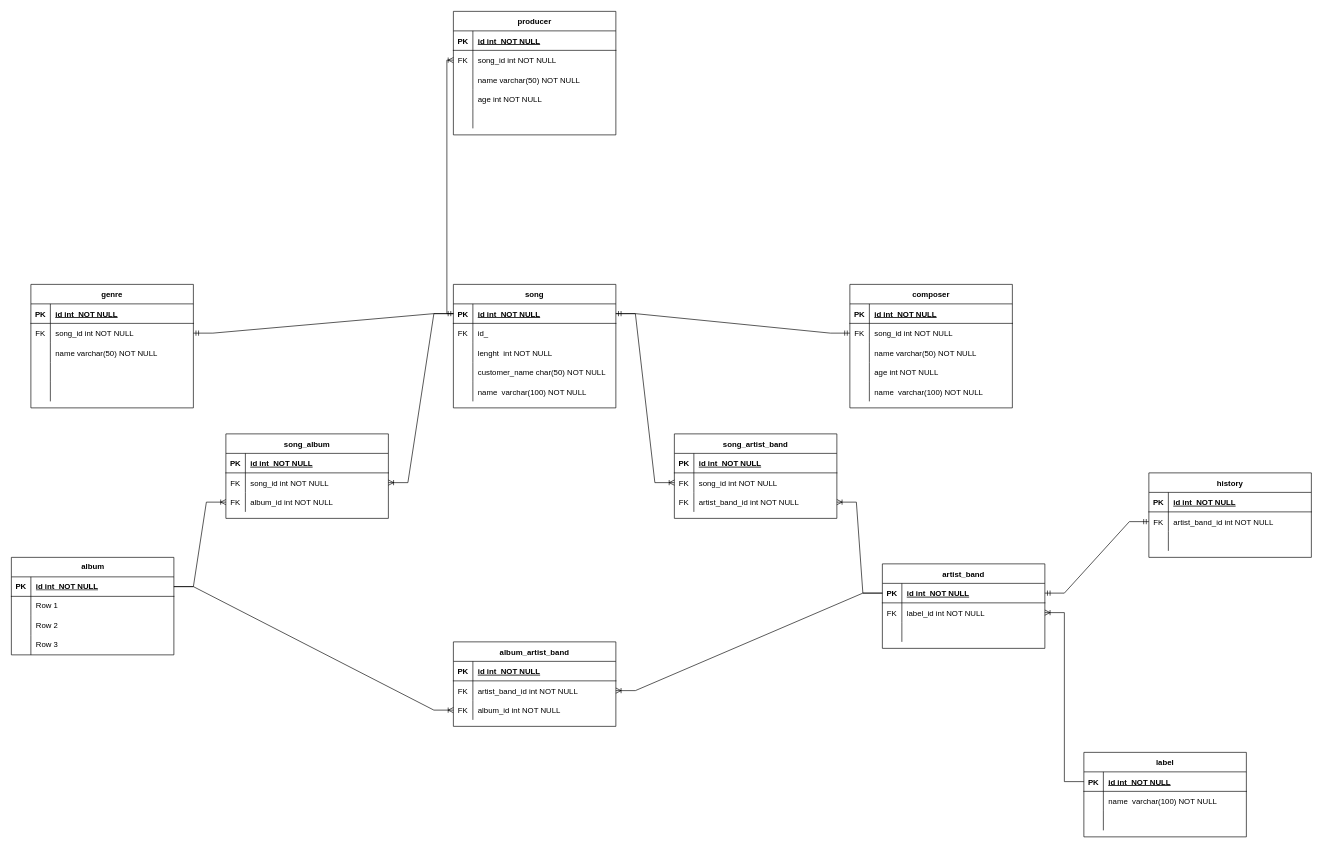
The draw.io diagram model_conceptual.drawio in vitorjurj/examen_sem1_db, before the edit. Source tidied: cells renumbered, new cells numbered last; positions are measured from the earlier drawing's top-left corner, leaving out a move shared by most shapes. Both pictures are drawn from the tidied source at 65%, with x=0, y=0 at pixel (11, 11).
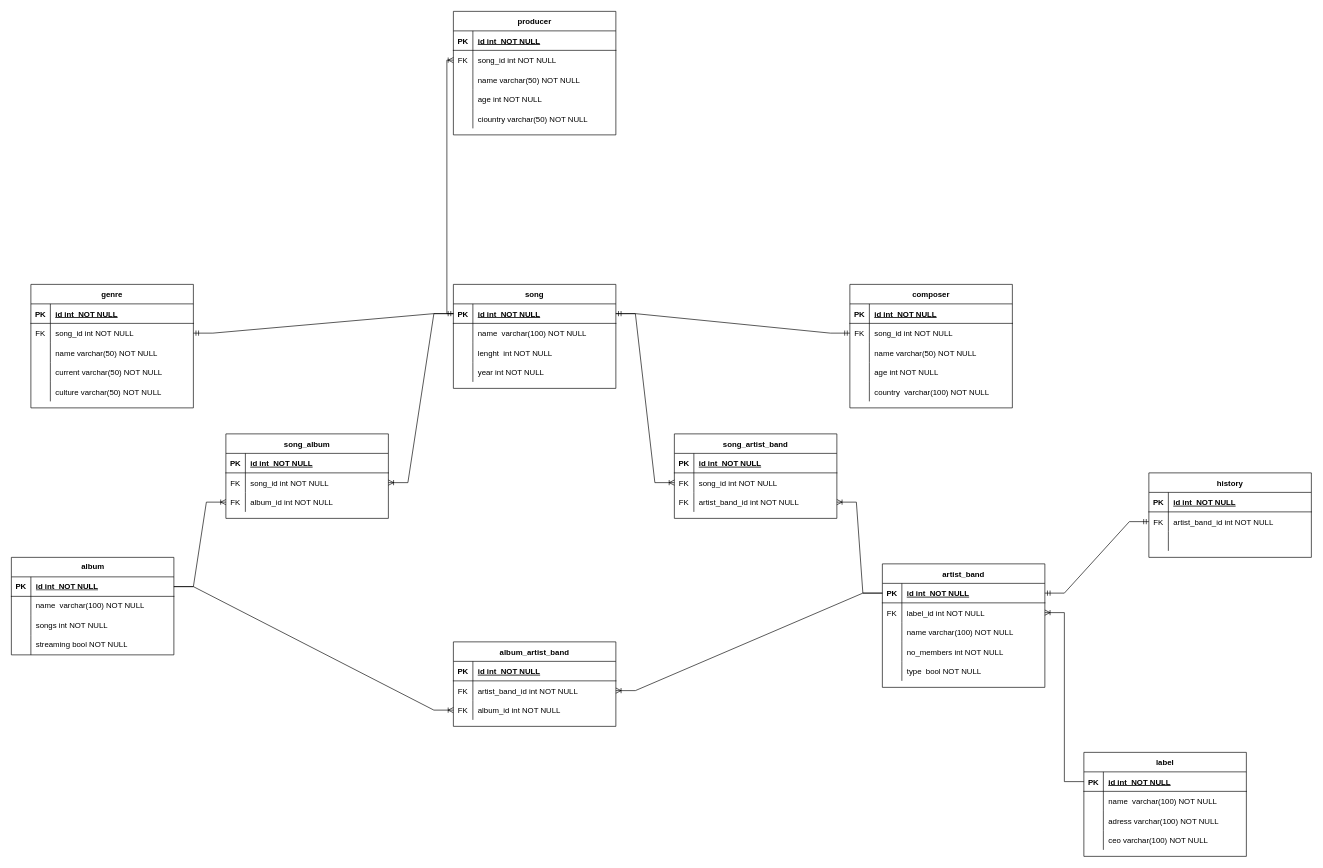
Above is the later version.

The change refers to these unchanged cells:
```xml
<mxCell id="19" style="shape=partialRectangle;fillColor=none;top=0;left=0;right=0;bottom=0;" parent="12" vertex="1">
  <mxGeometry y="90" width="250" height="30" as="geometry" />
</mxCell>
<mxCell id="32" style="shape=partialRectangle;fillColor=none;top=0;left=0;right=0;bottom=0;" parent="22" vertex="1">
  <mxGeometry y="120" width="250" height="30" as="geometry" />
</mxCell>
<mxCell id="44" style="shape=tableRow;horizontal=0;startSize=0;swimlaneHead=0;swimlaneBody=0;fillColor=none;top=0;left=0;right=0;bottom=0;" parent="40" vertex="1">
  <mxGeometry y="60" width="250" height="30" as="geometry" />
</mxCell>
<mxCell id="47" style="shape=tableRow;horizontal=0;startSize=0;swimlaneHead=0;swimlaneBody=0;fillColor=none;top=0;left=0;right=0;bottom=0;" parent="40" vertex="1">
  <mxGeometry y="90" width="250" height="30" as="geometry" />
</mxCell>
<mxCell id="50" style="shape=tableRow;horizontal=0;startSize=0;swimlaneHead=0;swimlaneBody=0;fillColor=none;top=0;left=0;right=0;bottom=0;" parent="40" vertex="1">
  <mxGeometry y="120" width="250" height="30" as="geometry" />
</mxCell>
<mxCell id="90" style="shape=partialRectangle;fillColor=none;top=0;left=0;right=0;bottom=0;" parent="77" vertex="1">
  <mxGeometry y="150" width="250" height="30" as="geometry" />
</mxCell>
<mxCell id="107" style="shape=partialRectangle;fillColor=none;top=0;left=0;right=0;bottom=0;" parent="94" vertex="1">
  <mxGeometry y="150" width="250" height="30" as="geometry" />
</mxCell>
<mxCell id="121" style="shape=partialRectangle;fillColor=none;top=0;left=0;right=0;bottom=0;" parent="111" vertex="1">
  <mxGeometry y="120" width="250" height="30" as="geometry" />
</mxCell>
<mxCell id="124" style="shape=partialRectangle;fillColor=none;top=0;left=0;right=0;bottom=0;" parent="111" vertex="1">
  <mxGeometry y="150" width="250" height="30" as="geometry" />
</mxCell>
```

The edit, as a diff of the source:
```diff
@@
     <mxCell id="12" value="artist_band" style="shape=table;startSize=30;childLayout=tableLayout;rowLines=0;fontStyle=1;align=center;" parent="1" vertex="1">
-      <mxGeometry x="1340" y="850" width="250" height="130" as="geometry" />
+      <mxGeometry x="1340" y="850" width="250" height="190" as="geometry" />
     </mxCell>
@@
-    <mxCell id="21" style="shape=partialRectangle;overflow=hidden;fillColor=none;top=0;left=0;bottom=0;right=0;align=left;spacingLeft=6;" parent="19" vertex="1">
+    <mxCell id="21" value="name varchar(100) NOT NULL" style="shape=partialRectangle;overflow=hidden;fillColor=none;top=0;left=0;bottom=0;right=0;align=left;spacingLeft=6;" parent="19" vertex="1">
       <mxGeometry x="30" width="220" height="30" as="geometry" />
     </mxCell>
+    <mxCell id="150" style="shape=partialRectangle;fillColor=none;top=0;left=0;right=0;bottom=0;" parent="12" vertex="1">
+      <mxGeometry y="120" width="250" height="30" as="geometry" />
+    </mxCell>
+    <mxCell id="151" style="shape=partialRectangle;overflow=hidden;fillColor=none;top=0;left=0;bottom=0;right=0;" parent="150" vertex="1">
+      <mxGeometry width="30" height="30" as="geometry" />
+    </mxCell>
+    <mxCell id="152" value="no_members int NOT NULL" style="shape=partialRectangle;overflow=hidden;fillColor=none;top=0;left=0;bottom=0;right=0;align=left;spacingLeft=6;" parent="150" vertex="1">
+      <mxGeometry x="30" width="220" height="30" as="geometry" />
+    </mxCell>
+    <mxCell id="153" style="shape=partialRectangle;fillColor=none;top=0;left=0;right=0;bottom=0;" parent="12" vertex="1">
+      <mxGeometry y="150" width="250" height="30" as="geometry" />
+    </mxCell>
+    <mxCell id="154" style="shape=partialRectangle;overflow=hidden;fillColor=none;top=0;left=0;bottom=0;right=0;" parent="153" vertex="1">
+      <mxGeometry width="30" height="30" as="geometry" />
+    </mxCell>
+    <mxCell id="155" value="type  bool NOT NULL" style="shape=partialRectangle;overflow=hidden;fillColor=none;top=0;left=0;bottom=0;right=0;align=left;spacingLeft=6;" parent="153" vertex="1">
+      <mxGeometry x="30" width="220" height="30" as="geometry" />
+    </mxCell>
     <mxCell id="22" value="song" style="shape=table;startSize=30;childLayout=tableLayout;rowLines=0;fontStyle=1;align=center;" parent="1" vertex="1">
-      <mxGeometry x="680" y="420" width="250" height="190" as="geometry" />
+      <mxGeometry x="680" y="420" width="250" height="160" as="geometry" />
     </mxCell>
@@
-    <mxCell id="26" style="shape=partialRectangle;fillColor=none;top=0;left=0;right=0;bottom=0;" parent="22" vertex="1">
-      <mxGeometry y="60" width="250" height="30" as="geometry" />
-    </mxCell>
-    <mxCell id="27" value="FK" style="shape=partialRectangle;overflow=hidden;fillColor=none;top=0;left=0;bottom=0;right=0;" parent="26" vertex="1">
-      <mxGeometry width="30" height="30" as="geometry" />
-    </mxCell>
-    <mxCell id="28" value="id_" style="shape=partialRectangle;overflow=hidden;fillColor=none;top=0;left=0;bottom=0;right=0;align=left;spacingLeft=6;" parent="26" vertex="1">
-      <mxGeometry x="30" width="220" height="30" as="geometry" />
-    </mxCell>
+    <mxCell id="35" style="shape=partialRectangle;fillColor=none;top=0;left=0;right=0;bottom=0;" parent="22" vertex="1">
+      <mxGeometry y="60" width="250" height="30" as="geometry" />
+    </mxCell>
+    <mxCell id="36" style="shape=partialRectangle;overflow=hidden;fillColor=none;top=0;left=0;bottom=0;right=0;" parent="35" vertex="1">
+      <mxGeometry width="30" height="30" as="geometry" />
+    </mxCell>
+    <mxCell id="37" value="name  varchar(100) NOT NULL" style="shape=partialRectangle;overflow=hidden;fillColor=none;top=0;left=0;bottom=0;right=0;align=left;spacingLeft=6;" parent="35" vertex="1">
+      <mxGeometry x="30" width="220" height="30" as="geometry" />
+    </mxCell>
@@
-    <mxCell id="34" value="customer_name char(50) NOT NULL" style="shape=partialRectangle;overflow=hidden;fillColor=none;top=0;left=0;bottom=0;right=0;align=left;spacingLeft=6;" parent="32" vertex="1">
+    <mxCell id="34" value="year int NOT NULL" style="shape=partialRectangle;overflow=hidden;fillColor=none;top=0;left=0;bottom=0;right=0;align=left;spacingLeft=6;" parent="32" vertex="1">
       <mxGeometry x="30" width="220" height="30" as="geometry" />
     </mxCell>
-    <mxCell id="35" style="shape=partialRectangle;fillColor=none;top=0;left=0;right=0;bottom=0;" parent="22" vertex="1">
-      <mxGeometry y="150" width="250" height="30" as="geometry" />
-    </mxCell>
-    <mxCell id="36" style="shape=partialRectangle;overflow=hidden;fillColor=none;top=0;left=0;bottom=0;right=0;" parent="35" vertex="1">
-      <mxGeometry width="30" height="30" as="geometry" />
-    </mxCell>
-    <mxCell id="37" value="name  varchar(100) NOT NULL" style="shape=partialRectangle;overflow=hidden;fillColor=none;top=0;left=0;bottom=0;right=0;align=left;spacingLeft=6;" parent="35" vertex="1">
-      <mxGeometry x="30" width="220" height="30" as="geometry" />
-    </mxCell>
@@
-    <mxCell id="46" value="Row 1" style="shape=partialRectangle;fillColor=none;top=0;left=0;bottom=0;right=0;align=left;spacingLeft=6;overflow=hidden;whiteSpace=wrap;html=1;" parent="44" vertex="1">
+    <mxCell id="46" value="name&amp;nbsp; varchar(100) NOT NULL" style="shape=partialRectangle;fillColor=none;top=0;left=0;bottom=0;right=0;align=left;spacingLeft=6;overflow=hidden;whiteSpace=wrap;html=1;" parent="44" vertex="1">
       <mxGeometry x="30" width="220" height="30" as="geometry" />
     </mxCell>
@@
-    <mxCell id="49" value="Row 2" style="shape=partialRectangle;fillColor=none;top=0;left=0;bottom=0;right=0;align=left;spacingLeft=6;overflow=hidden;whiteSpace=wrap;html=1;" parent="47" vertex="1">
+    <mxCell id="49" value="songs int NOT NULL" style="shape=partialRectangle;fillColor=none;top=0;left=0;bottom=0;right=0;align=left;spacingLeft=6;overflow=hidden;whiteSpace=wrap;html=1;" parent="47" vertex="1">
       <mxGeometry x="30" width="220" height="30" as="geometry" />
     </mxCell>
@@
-    <mxCell id="52" value="Row 3" style="shape=partialRectangle;fillColor=none;top=0;left=0;bottom=0;right=0;align=left;spacingLeft=6;overflow=hidden;whiteSpace=wrap;html=1;" parent="50" vertex="1">
+    <mxCell id="52" value="streaming bool NOT NULL" style="shape=partialRectangle;fillColor=none;top=0;left=0;bottom=0;right=0;align=left;spacingLeft=6;overflow=hidden;whiteSpace=wrap;html=1;" parent="50" vertex="1">
       <mxGeometry x="30" width="220" height="30" as="geometry" />
     </mxCell>
@@
-    <mxCell id="92" style="shape=partialRectangle;overflow=hidden;fillColor=none;top=0;left=0;bottom=0;right=0;align=left;spacingLeft=6;" parent="90" vertex="1">
+    <mxCell id="92" value="ciountry varchar(50) NOT NULL" style="shape=partialRectangle;overflow=hidden;fillColor=none;top=0;left=0;bottom=0;right=0;align=left;spacingLeft=6;" parent="90" vertex="1">
       <mxGeometry x="30" width="220" height="30" as="geometry" />
     </mxCell>
@@
-    <mxCell id="109" value="name  varchar(100) NOT NULL" style="shape=partialRectangle;overflow=hidden;fillColor=none;top=0;left=0;bottom=0;right=0;align=left;spacingLeft=6;" parent="107" vertex="1">
+    <mxCell id="109" value="country  varchar(100) NOT NULL" style="shape=partialRectangle;overflow=hidden;fillColor=none;top=0;left=0;bottom=0;right=0;align=left;spacingLeft=6;" parent="107" vertex="1">
       <mxGeometry x="30" width="220" height="30" as="geometry" />
     </mxCell>
@@
-    <mxCell id="123" style="shape=partialRectangle;overflow=hidden;fillColor=none;top=0;left=0;bottom=0;right=0;align=left;spacingLeft=6;" parent="121" vertex="1">
+    <mxCell id="123" value="current varchar(50) NOT NULL  " style="shape=partialRectangle;overflow=hidden;fillColor=none;top=0;left=0;bottom=0;right=0;align=left;spacingLeft=6;" parent="121" vertex="1">
       <mxGeometry x="30" width="220" height="30" as="geometry" />
     </mxCell>
@@
-    <mxCell id="126" style="shape=partialRectangle;overflow=hidden;fillColor=none;top=0;left=0;bottom=0;right=0;align=left;spacingLeft=6;" parent="124" vertex="1">
+    <mxCell id="126" value="culture varchar(50) NOT NULL" style="shape=partialRectangle;overflow=hidden;fillColor=none;top=0;left=0;bottom=0;right=0;align=left;spacingLeft=6;" parent="124" vertex="1">
       <mxGeometry x="30" width="220" height="30" as="geometry" />
     </mxCell>
@@
     <mxCell id="128" value="label" style="shape=table;startSize=30;childLayout=tableLayout;rowLines=0;fontStyle=1;align=center;" parent="1" vertex="1">
-      <mxGeometry x="1650" y="1140" width="250" height="130" as="geometry" />
+      <mxGeometry x="1650" y="1140" width="250" height="160" as="geometry" />
     </mxCell>
@@
+    <mxCell id="26" style="shape=partialRectangle;fillColor=none;top=0;left=0;right=0;bottom=0;" parent="128" vertex="1">
+      <mxGeometry y="60" width="250" height="30" as="geometry" />
+    </mxCell>
+    <mxCell id="156" style="shape=partialRectangle;overflow=hidden;fillColor=none;top=0;left=0;bottom=0;right=0;" parent="26" vertex="1">
+      <mxGeometry width="30" height="30" as="geometry" />
+    </mxCell>
+    <mxCell id="157" value="name  varchar(100) NOT NULL" style="shape=partialRectangle;overflow=hidden;fillColor=none;top=0;left=0;bottom=0;right=0;align=left;spacingLeft=6;" parent="26" vertex="1">
+      <mxGeometry x="30" width="220" height="30" as="geometry" />
+    </mxCell>
     <mxCell id="132" style="shape=partialRectangle;fillColor=none;top=0;left=0;right=0;bottom=0;" parent="128" vertex="1">
-      <mxGeometry y="60" width="250" height="30" as="geometry" />
+      <mxGeometry y="90" width="250" height="30" as="geometry" />
     </mxCell>
@@
-    <mxCell id="134" value="name  varchar(100) NOT NULL" style="shape=partialRectangle;overflow=hidden;fillColor=none;top=0;left=0;bottom=0;right=0;align=left;spacingLeft=6;" parent="132" vertex="1">
+    <mxCell id="134" value="adress varchar(100) NOT NULL" style="shape=partialRectangle;overflow=hidden;fillColor=none;top=0;left=0;bottom=0;right=0;align=left;spacingLeft=6;" parent="132" vertex="1">
       <mxGeometry x="30" width="220" height="30" as="geometry" />
     </mxCell>
     <mxCell id="135" style="shape=partialRectangle;fillColor=none;top=0;left=0;right=0;bottom=0;" parent="128" vertex="1">
-      <mxGeometry y="90" width="250" height="30" as="geometry" />
+      <mxGeometry y="120" width="250" height="30" as="geometry" />
     </mxCell>
@@
-    <mxCell id="137" style="shape=partialRectangle;overflow=hidden;fillColor=none;top=0;left=0;bottom=0;right=0;align=left;spacingLeft=6;" parent="135" vertex="1">
+    <mxCell id="137" value="ceo varchar(100) NOT NULL" style="shape=partialRectangle;overflow=hidden;fillColor=none;top=0;left=0;bottom=0;right=0;align=left;spacingLeft=6;" parent="135" vertex="1">
       <mxGeometry x="30" width="220" height="30" as="geometry" />
     </mxCell>
```
